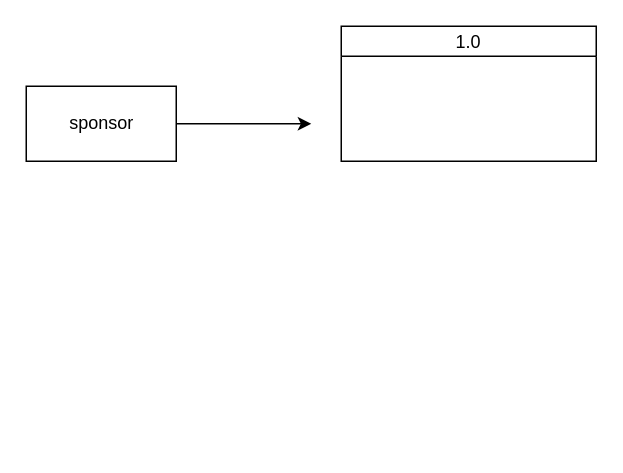
Earlier version of the draw.io diagram DFD.drawio (forthegame/ANU2024). Source tidied: cells renumbered, new cells numbered last; positions are measured from the earlier drawing's top-left corner, leaving out a move shared by most shapes. Both pictures are drawn from the tidied source at 150%, with x=0, y=0 at pixel (26, 26).
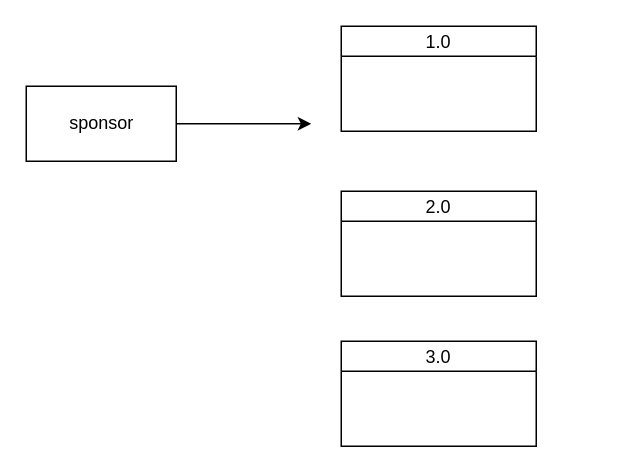
After the change.

What changed in the source:
```diff
@@
 <mxGraphModel>
   <root>
     <mxCell id="0" />
     <mxCell id="1" parent="0" />
     <mxCell id="2" value="sponsor" style="html=1;dashed=0;whitespace=wrap;" parent="1" vertex="1">
       <mxGeometry y="40" width="100" height="50" as="geometry" />
     </mxCell>
     <mxCell id="3" style="endArrow=classic;html=1;exitX=1;exitY=0.5;exitDx=0;exitDy=0;" parent="1" edge="1" source="2">
       <mxGeometry relative="1" as="geometry">
         <mxPoint x="190" y="65" as="targetPoint" />
       </mxGeometry>
     </mxCell>
     <mxCell id="4" value="1.0" style="swimlane;fontStyle=0;horizontal=1;startSize=20;fillColor=#ffffff;swimlaneFillColor=#ffffff;" parent="1" vertex="1">
-      <mxGeometry x="210" width="170" height="90" as="geometry" />
+      <mxGeometry x="210" width="130" height="70" as="geometry" />
     </mxCell>
+    <mxCell id="5" value="2.0" style="swimlane;fontStyle=0;horizontal=1;startSize=20;fillColor=#ffffff;swimlaneFillColor=#ffffff;" parent="1" vertex="1">
+      <mxGeometry x="210" y="110" width="130" height="70" as="geometry" />
+    </mxCell>
+    <mxCell id="6" value="3.0" style="swimlane;fontStyle=0;horizontal=1;startSize=20;fillColor=#ffffff;swimlaneFillColor=#ffffff;" parent="1" vertex="1">
+      <mxGeometry x="210" y="210" width="130" height="70" as="geometry" />
+    </mxCell>
   </root>
 </mxGraphModel>
```
